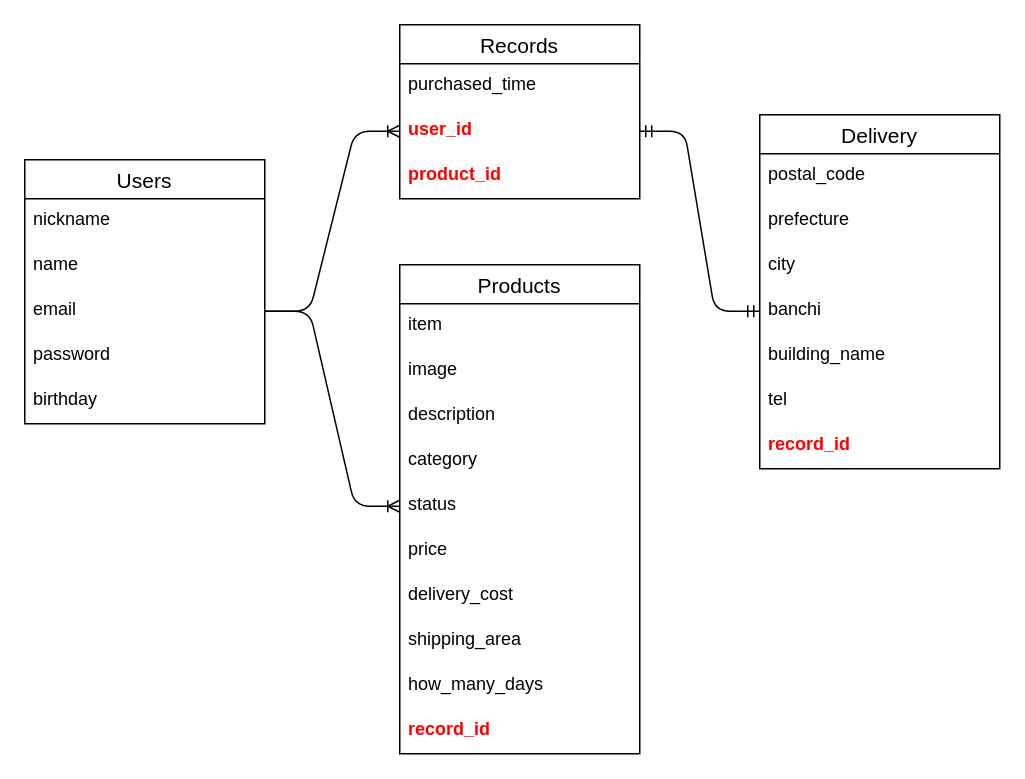
Above: ER.dio in bbi888885/furima-28118 (draw.io), before the change. Source tidied: cells renumbered, new cells numbered last; positions are measured from the earlier drawing's top-left corner, leaving out a move shared by most shapes. Both pictures are drawn from the tidied source at 150%, with x=0, y=0 at pixel (24, 24).
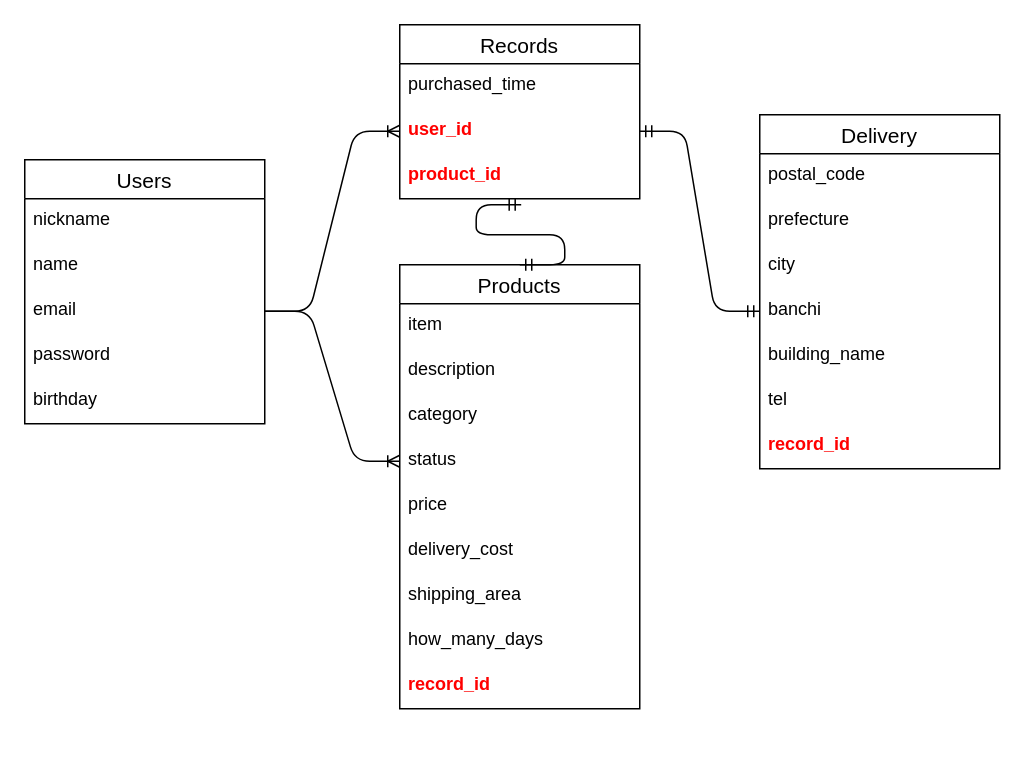
After the change.

Unchanged cells that the change refers to:
```xml
<mxCell id="22" value="product_id" style="text;strokeColor=none;fillColor=none;spacingLeft=4;spacingRight=4;overflow=hidden;points=[[0,0.5],[1,0.5]];portConstraint=eastwest;fontSize=12;fontStyle=1;fontColor=#FF0000;" parent="19" vertex="1">
  <mxGeometry y="86" width="160" height="30" as="geometry" />
</mxCell>
```

What changed in the source:
```diff
@@
     <mxCell id="23" value="Products" style="swimlane;fontStyle=0;horizontal=1;startSize=26;align=center;fontSize=14;" parent="1" vertex="1">
-      <mxGeometry x="250" y="160" width="160" height="326" as="geometry" />
+      <mxGeometry x="250" y="160" width="160" height="296" as="geometry" />
     </mxCell>
@@
-    <mxCell id="25" value="image" style="text;strokeColor=none;fillColor=none;spacingLeft=4;spacingRight=4;overflow=hidden;fontSize=12;" parent="23" vertex="1">
-      <mxGeometry y="56" width="160" height="30" as="geometry" />
-    </mxCell>
     <mxCell id="26" value="description" style="text;strokeColor=none;fillColor=none;spacingLeft=4;spacingRight=4;overflow=hidden;fontSize=12;" parent="23" vertex="1">
-      <mxGeometry y="86" width="160" height="30" as="geometry" />
+      <mxGeometry y="56" width="160" height="30" as="geometry" />
     </mxCell>
     <mxCell id="27" value="category" style="text;strokeColor=none;fillColor=none;spacingLeft=4;spacingRight=4;overflow=hidden;fontSize=12;" parent="23" vertex="1">
-      <mxGeometry y="116" width="160" height="30" as="geometry" />
+      <mxGeometry y="86" width="160" height="30" as="geometry" />
     </mxCell>
     <mxCell id="28" value="status" style="text;strokeColor=none;fillColor=none;spacingLeft=4;spacingRight=4;overflow=hidden;points=[[0,0.5],[1,0.5]];portConstraint=eastwest;fontSize=12;" parent="23" vertex="1">
-      <mxGeometry y="146" width="160" height="30" as="geometry" />
+      <mxGeometry y="116" width="160" height="30" as="geometry" />
     </mxCell>
     <mxCell id="29" value="price" style="text;strokeColor=none;fillColor=none;spacingLeft=4;spacingRight=4;overflow=hidden;fontSize=12;" parent="23" vertex="1">
-      <mxGeometry y="176" width="160" height="30" as="geometry" />
+      <mxGeometry y="146" width="160" height="30" as="geometry" />
     </mxCell>
     <mxCell id="30" value="delivery_cost" style="text;strokeColor=none;fillColor=none;spacingLeft=4;spacingRight=4;overflow=hidden;fontSize=12;" parent="23" vertex="1">
-      <mxGeometry y="206" width="160" height="30" as="geometry" />
+      <mxGeometry y="176" width="160" height="30" as="geometry" />
     </mxCell>
     <mxCell id="31" value="shipping_area" style="text;strokeColor=none;fillColor=none;spacingLeft=4;spacingRight=4;overflow=hidden;fontSize=12;" parent="23" vertex="1">
-      <mxGeometry y="236" width="160" height="30" as="geometry" />
+      <mxGeometry y="206" width="160" height="30" as="geometry" />
     </mxCell>
     <mxCell id="32" value="how_many_days" style="text;strokeColor=none;fillColor=none;spacingLeft=4;spacingRight=4;overflow=hidden;fontSize=12;" parent="23" vertex="1">
-      <mxGeometry y="266" width="160" height="30" as="geometry" />
+      <mxGeometry y="236" width="160" height="30" as="geometry" />
     </mxCell>
     <mxCell id="33" value="record_id" style="text;strokeColor=none;fillColor=none;spacingLeft=4;spacingRight=4;overflow=hidden;fontSize=12;fontStyle=1;fontColor=#FF0000;" parent="23" vertex="1">
-      <mxGeometry y="296" width="160" height="30" as="geometry" />
+      <mxGeometry y="266" width="160" height="30" as="geometry" />
     </mxCell>
+    <mxCell id="34" style="edgeStyle=entityRelationEdgeStyle;fontSize=12;html=1;endArrow=ERmandOne;startArrow=ERmandOne;exitX=0.506;exitY=1.133;exitDx=0;exitDy=0;entryX=0.5;entryY=0;entryDx=0;entryDy=0;exitPerimeter=0;" parent="1" edge="1" source="22" target="23">
+      <mxGeometry relative="1" as="geometry" />
+    </mxCell>
```
